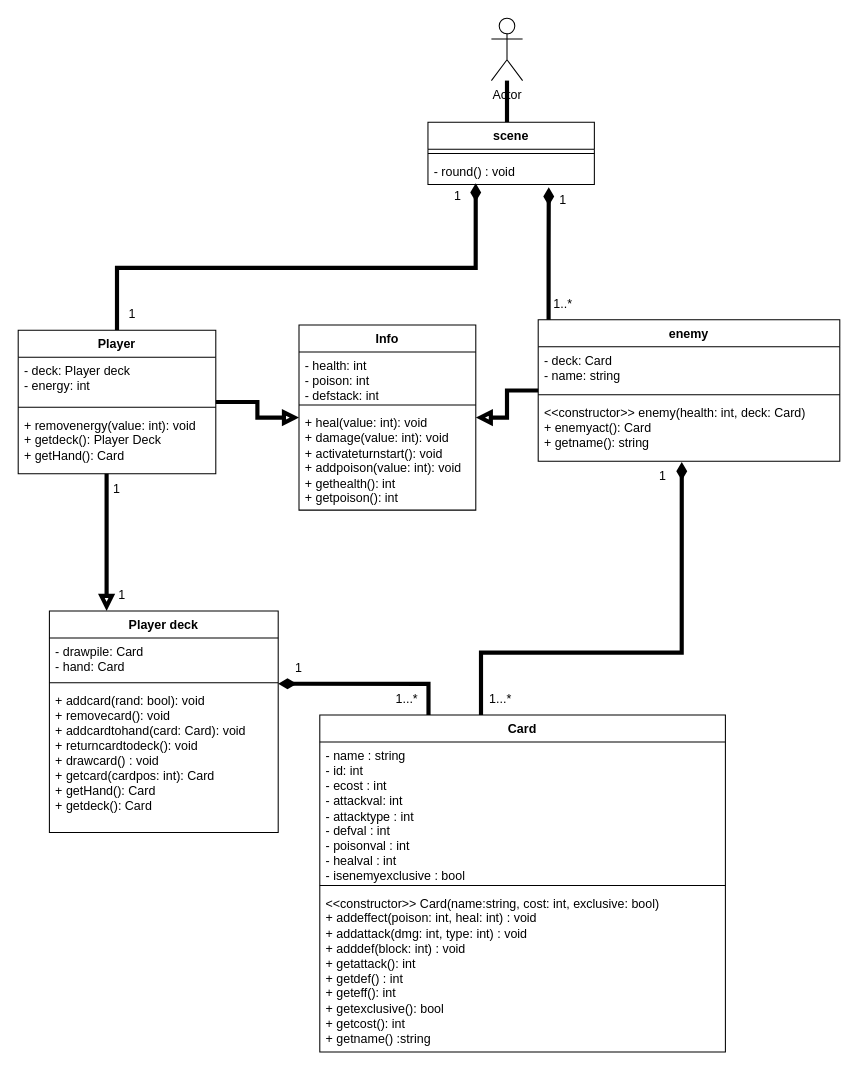
Earlier version of the draw.io diagram Documentation/grouprojectclassdiagram.drawio (Judoka200/EE2010-CW). Source tidied: cells renumbered, new cells numbered last; positions are measured from the earlier drawing's top-left corner, leaving out a move shared by most shapes. Both pictures are drawn from the tidied source at 104%, with x=0, y=0 at pixel (18, 18).
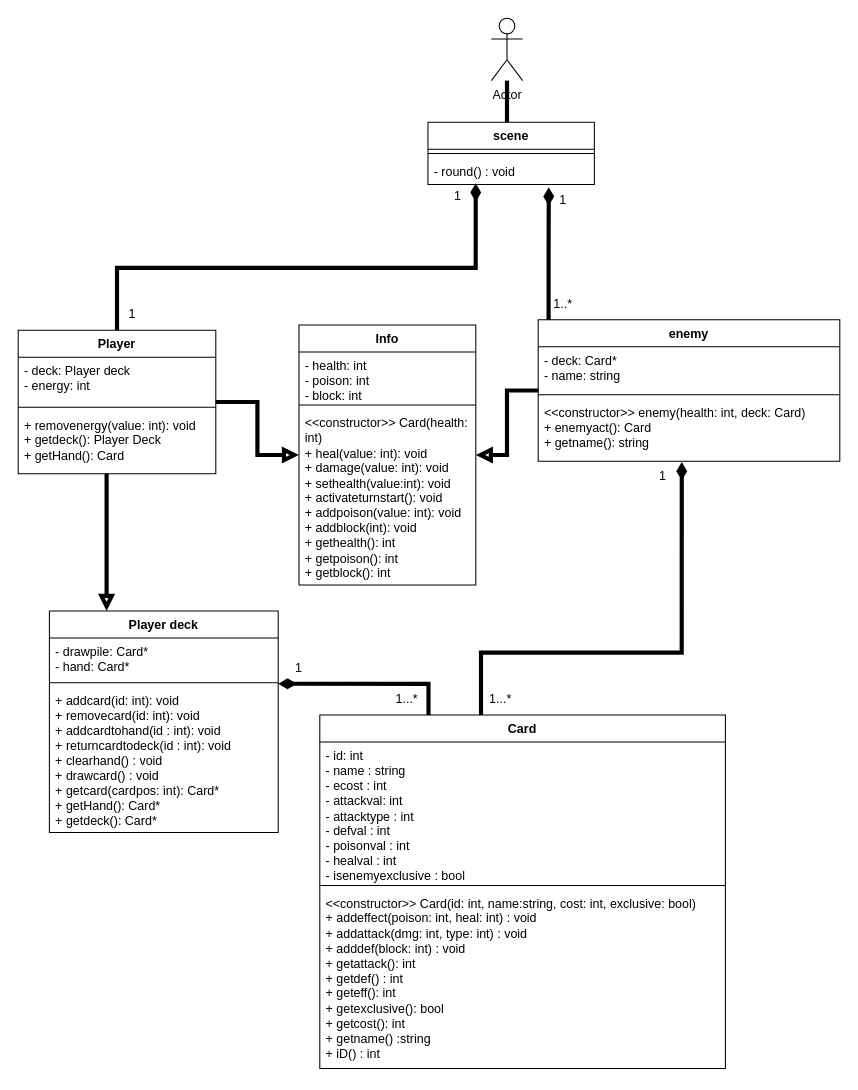
After the change.

The change refers to these unchanged cells:
```xml
<mxCell id="4" value="Player deck" style="swimlane;fontStyle=1;align=center;verticalAlign=top;horizontal=1;startSize=26;whiteSpace=wrap;html=1;" parent="1" vertex="1">
  <mxGeometry x="30" y="570" width="220" height="213" as="geometry" />
</mxCell>
<mxCell id="14" value="enemy" style="swimlane;fontStyle=1;align=center;verticalAlign=top;horizontal=1;startSize=26;whiteSpace=wrap;html=1;" parent="1" vertex="1">
  <mxGeometry x="500" y="290" width="290" height="136" as="geometry" />
</mxCell>
```

What changed in the source:
```diff
@@
-    <mxCell id="5" value="- drawpile: Card&lt;div&gt;- hand: Card&lt;/div&gt;" style="text;strokeColor=none;fillColor=none;align=left;verticalAlign=top;spacingLeft=4;spacingRight=4;overflow=hidden;points=[[0,0.5],[1,0.5]];portConstraint=eastwest;whiteSpace=wrap;html=1;" parent="4" vertex="1">
+    <mxCell id="5" value="- drawpile: Card*&lt;div&gt;- hand: Card*&lt;/div&gt;" style="text;strokeColor=none;fillColor=none;align=left;verticalAlign=top;spacingLeft=4;spacingRight=4;overflow=hidden;points=[[0,0.5],[1,0.5]];portConstraint=eastwest;whiteSpace=wrap;html=1;" parent="4" vertex="1">
       <mxGeometry y="26" width="220" height="39" as="geometry" />
     </mxCell>
@@
-    <mxCell id="7" value="+ addcard(rand: bool): void&lt;div&gt;+ removecard(): void&lt;/div&gt;&lt;div&gt;+ addcardtohand(card: Card): void&lt;/div&gt;&lt;div&gt;+ returncardtodeck(): void&lt;/div&gt;&lt;div&gt;+ drawcard() : void&lt;/div&gt;&lt;div&gt;+ getcard(cardpos: int): Card&lt;/div&gt;&lt;div&gt;+ getHand(): Card&lt;/div&gt;&lt;div&gt;+ getdeck(): Card&lt;/div&gt;" style="text;strokeColor=none;fillColor=none;align=left;verticalAlign=top;spacingLeft=4;spacingRight=4;overflow=hidden;whiteSpace=wrap;html=1;" parent="4" vertex="1">
+    <mxCell id="7" value="+ addcard(id: int): void&lt;div&gt;+ removecard(id: int): void&lt;/div&gt;&lt;div&gt;+ addcardtohand(id : int): void&lt;/div&gt;&lt;div&gt;+ returncardtodeck(id : int): void&lt;/div&gt;&lt;div&gt;+ clearhand() : void&lt;/div&gt;&lt;div&gt;+ drawcard() : void&lt;/div&gt;&lt;div&gt;+ getcard(cardpos: int): Card*&lt;/div&gt;&lt;div&gt;+ getHand(): Card*&lt;/div&gt;&lt;div&gt;+ getdeck(): Card*&lt;/div&gt;" style="text;strokeColor=none;fillColor=none;align=left;verticalAlign=top;spacingLeft=4;spacingRight=4;overflow=hidden;whiteSpace=wrap;html=1;" parent="4" vertex="1">
       <mxGeometry y="73" width="220" height="140" as="geometry" />
     </mxCell>
     <mxCell id="8" value="Card" style="swimlane;fontStyle=1;align=center;verticalAlign=top;horizontal=1;startSize=26;whiteSpace=wrap;html=1;" parent="1" vertex="1">
-      <mxGeometry x="290" y="670" width="390" height="324" as="geometry" />
+      <mxGeometry x="290" y="670" width="390" height="340" as="geometry" />
     </mxCell>
-    <mxCell id="9" value="&lt;div&gt;- name : string&lt;/div&gt;&lt;div&gt;- id: int&lt;/div&gt;&lt;div&gt;- ecost : int&lt;/div&gt;- attackval: int&lt;div&gt;- attacktype : int&lt;/div&gt;&lt;div&gt;&lt;div&gt;- defval : int&lt;/div&gt;&lt;div&gt;- poisonval : int&lt;/div&gt;&lt;div&gt;- healval : int&lt;/div&gt;&lt;div&gt;- isenemyexclusive : bool&lt;/div&gt;&lt;div&gt;&lt;br&gt;&lt;/div&gt;&lt;div&gt;&lt;br&gt;&lt;/div&gt;&lt;/div&gt;" style="text;strokeColor=none;fillColor=none;align=left;verticalAlign=top;spacingLeft=4;spacingRight=4;overflow=hidden;whiteSpace=wrap;html=1;" parent="8" vertex="1">
+    <mxCell id="9" value="&lt;div&gt;&lt;div&gt;- id: int&lt;/div&gt;&lt;/div&gt;&lt;div&gt;- name : string&lt;/div&gt;&lt;div&gt;&lt;span style=&quot;background-color: transparent; color: light-dark(#000000, var(--ge-light-color, #ffffff));&quot;&gt;- ecost : int&lt;/span&gt;&lt;/div&gt;- attackval: int&lt;div&gt;- attacktype : int&lt;/div&gt;&lt;div&gt;&lt;div&gt;- defval : int&lt;/div&gt;&lt;div&gt;- poisonval : int&lt;/div&gt;&lt;div&gt;- healval : int&lt;/div&gt;&lt;div&gt;- isenemyexclusive : bool&lt;/div&gt;&lt;div&gt;&lt;br&gt;&lt;/div&gt;&lt;div&gt;&lt;br&gt;&lt;/div&gt;&lt;/div&gt;" style="text;strokeColor=none;fillColor=none;align=left;verticalAlign=top;spacingLeft=4;spacingRight=4;overflow=hidden;whiteSpace=wrap;html=1;" parent="8" vertex="1">
       <mxGeometry y="26" width="390" height="134" as="geometry" />
     </mxCell>
@@
-    <mxCell id="11" value="&amp;lt;&amp;lt;constructor&amp;gt;&amp;gt; Card(name:string, cost: int, exclusive: bool)&lt;div&gt;+ addeffect(poison: int, heal: int)&amp;nbsp;&lt;span style=&quot;background-color: transparent; color: light-dark(#000000, var(--ge-light-color, #ffffff));&quot;&gt;: void&lt;/span&gt;&lt;/div&gt;&lt;div&gt;+ addattack(dmg: int, type: int)&amp;nbsp;&lt;span style=&quot;background-color: transparent; color: light-dark(#000000, var(--ge-light-color, #ffffff));&quot;&gt;: void&lt;/span&gt;&lt;/div&gt;&lt;div&gt;+ adddef(block: int) : void&lt;/div&gt;&lt;div&gt;+ getattack()&lt;span style=&quot;background-color: transparent; color: light-dark(#000000, var(--ge-light-color, #ffffff));&quot;&gt;: int&lt;/span&gt;&lt;/div&gt;&lt;div&gt;&lt;span style=&quot;background-color: transparent; color: light-dark(#000000, var(--ge-light-color, #ffffff));&quot;&gt;+ getdef()&amp;nbsp;&lt;/span&gt;&lt;span style=&quot;background-color: transparent; color: light-dark(#000000, var(--ge-light-color, #ffffff));&quot;&gt;: int&lt;/span&gt;&lt;/div&gt;&lt;div&gt;&lt;span style=&quot;background-color: transparent; color: light-dark(#000000, var(--ge-light-color, #ffffff));&quot;&gt;+ geteff()&lt;/span&gt;&lt;span style=&quot;background-color: transparent; color: light-dark(#000000, var(--ge-light-color, #ffffff));&quot;&gt;: int&lt;/span&gt;&lt;/div&gt;&lt;div&gt;&lt;span style=&quot;background-color: transparent; color: light-dark(#000000, var(--ge-light-color, #ffffff));&quot;&gt;+ getexclusive(): bool&lt;/span&gt;&lt;/div&gt;&lt;div&gt;&lt;span style=&quot;background-color: transparent; color: light-dark(#000000, var(--ge-light-color, #ffffff));&quot;&gt;+ getcost(): int&lt;/span&gt;&lt;/div&gt;&lt;div&gt;&lt;span style=&quot;background-color: transparent; color: light-dark(#000000, var(--ge-light-color, #ffffff));&quot;&gt;+ getname() :string&lt;/span&gt;&lt;/div&gt;" style="text;strokeColor=none;fillColor=none;align=left;verticalAlign=top;spacingLeft=4;spacingRight=4;overflow=hidden;whiteSpace=wrap;html=1;" parent="8" vertex="1">
-      <mxGeometry y="168" width="390" height="156" as="geometry" />
+    <mxCell id="11" value="&amp;lt;&amp;lt;constructor&amp;gt;&amp;gt; Card(id: int, name:string, cost: int, exclusive: bool)&lt;div&gt;+ addeffect(poison: int, heal: int)&amp;nbsp;&lt;span style=&quot;background-color: transparent; color: light-dark(#000000, var(--ge-light-color, #ffffff));&quot;&gt;: void&lt;/span&gt;&lt;/div&gt;&lt;div&gt;+ addattack(dmg: int, type: int)&amp;nbsp;&lt;span style=&quot;background-color: transparent; color: light-dark(#000000, var(--ge-light-color, #ffffff));&quot;&gt;: void&lt;/span&gt;&lt;/div&gt;&lt;div&gt;+ adddef(block: int) : void&lt;/div&gt;&lt;div&gt;+ getattack()&lt;span style=&quot;background-color: transparent; color: light-dark(#000000, var(--ge-light-color, #ffffff));&quot;&gt;: int&lt;/span&gt;&lt;/div&gt;&lt;div&gt;&lt;span style=&quot;background-color: transparent; color: light-dark(#000000, var(--ge-light-color, #ffffff));&quot;&gt;+ getdef()&amp;nbsp;&lt;/span&gt;&lt;span style=&quot;background-color: transparent; color: light-dark(#000000, var(--ge-light-color, #ffffff));&quot;&gt;: int&lt;/span&gt;&lt;/div&gt;&lt;div&gt;&lt;span style=&quot;background-color: transparent; color: light-dark(#000000, var(--ge-light-color, #ffffff));&quot;&gt;+ geteff()&lt;/span&gt;&lt;span style=&quot;background-color: transparent; color: light-dark(#000000, var(--ge-light-color, #ffffff));&quot;&gt;: int&lt;/span&gt;&lt;/div&gt;&lt;div&gt;&lt;span style=&quot;background-color: transparent; color: light-dark(#000000, var(--ge-light-color, #ffffff));&quot;&gt;+ getexclusive(): bool&lt;/span&gt;&lt;/div&gt;&lt;div&gt;&lt;span style=&quot;background-color: transparent; color: light-dark(#000000, var(--ge-light-color, #ffffff));&quot;&gt;+ getcost(): int&lt;/span&gt;&lt;/div&gt;&lt;div&gt;&lt;span style=&quot;background-color: transparent; color: light-dark(#000000, var(--ge-light-color, #ffffff));&quot;&gt;+ getname() :string&lt;/span&gt;&lt;/div&gt;&lt;div&gt;&lt;span style=&quot;background-color: transparent; color: light-dark(#000000, var(--ge-light-color, #ffffff));&quot;&gt;+ iD() : int&lt;/span&gt;&lt;/div&gt;" style="text;strokeColor=none;fillColor=none;align=left;verticalAlign=top;spacingLeft=4;spacingRight=4;overflow=hidden;whiteSpace=wrap;html=1;" parent="8" vertex="1">
+      <mxGeometry y="168" width="390" height="172" as="geometry" />
     </mxCell>
@@
-    <mxCell id="15" value="- deck: Card&lt;div&gt;- name: string&lt;br&gt;&lt;div&gt;&lt;br&gt;&lt;/div&gt;&lt;/div&gt;" style="text;strokeColor=none;fillColor=none;align=left;verticalAlign=top;spacingLeft=4;spacingRight=4;overflow=hidden;whiteSpace=wrap;html=1;" parent="14" vertex="1">
+    <mxCell id="15" value="- deck: Card*&lt;div&gt;- name: string&lt;br&gt;&lt;div&gt;&lt;br&gt;&lt;/div&gt;&lt;/div&gt;" style="text;strokeColor=none;fillColor=none;align=left;verticalAlign=top;spacingLeft=4;spacingRight=4;overflow=hidden;whiteSpace=wrap;html=1;" parent="14" vertex="1">
       <mxGeometry y="26" width="290" height="42" as="geometry" />
     </mxCell>
@@
-    <mxCell id="32" value="1" style="text;html=1;whiteSpace=wrap;strokeColor=none;fillColor=none;align=center;verticalAlign=middle;rounded=0;" parent="1" vertex="1">
-      <mxGeometry x="65" y="438" width="60" height="30" as="geometry" />
-    </mxCell>
-    <mxCell id="33" value="1" style="text;html=1;whiteSpace=wrap;strokeColor=none;fillColor=none;align=center;verticalAlign=middle;rounded=0;" parent="1" vertex="1">
-      <mxGeometry x="70" y="540" width="60" height="30" as="geometry" />
-    </mxCell>
@@
     <mxCell id="37" value="Info" style="swimlane;fontStyle=1;align=center;verticalAlign=top;horizontal=1;startSize=26;whiteSpace=wrap;html=1;" parent="1" vertex="1">
-      <mxGeometry x="270" y="295" width="170" height="178" as="geometry" />
+      <mxGeometry x="270" y="295" width="170" height="250" as="geometry" />
     </mxCell>
-    <mxCell id="38" value="- health: int&lt;div&gt;- poison: int&lt;/div&gt;&lt;div&gt;- defstack: int&lt;/div&gt;" style="text;strokeColor=none;fillColor=none;align=left;verticalAlign=top;spacingLeft=4;spacingRight=4;overflow=hidden;whiteSpace=wrap;html=1;" parent="37" vertex="1">
+    <mxCell id="38" value="- health: int&lt;div&gt;- poison: int&lt;/div&gt;&lt;div&gt;- block: int&lt;/div&gt;" style="text;strokeColor=none;fillColor=none;align=left;verticalAlign=top;spacingLeft=4;spacingRight=4;overflow=hidden;whiteSpace=wrap;html=1;" parent="37" vertex="1">
       <mxGeometry y="26" width="170" height="47" as="geometry" />
     </mxCell>
@@
-    <mxCell id="40" value="+ heal(value: int): void&lt;div&gt;+ damage(value: int): void&lt;/div&gt;&lt;div&gt;+ activateturnstart(): void&lt;/div&gt;&lt;div&gt;+ addpoison(value: int): void&lt;/div&gt;&lt;div&gt;+ gethealth(): int&lt;/div&gt;&lt;div&gt;+ getpoison(): int&lt;/div&gt;" style="text;strokeColor=none;fillColor=none;align=left;verticalAlign=top;spacingLeft=4;spacingRight=4;overflow=hidden;whiteSpace=wrap;html=1;" parent="37" vertex="1">
-      <mxGeometry y="81" width="170" height="97" as="geometry" />
+    <mxCell id="40" value="&lt;div&gt;&amp;lt;&amp;lt;constructor&amp;gt;&amp;gt; Card(health: int)&lt;/div&gt;+ heal(value: int): void&lt;div&gt;+ damage(value: int): void&lt;/div&gt;&lt;div&gt;+ sethealth(value:int): void&lt;/div&gt;&lt;div&gt;+ activateturnstart(): void&lt;/div&gt;&lt;div&gt;+ addpoison(value: int): void&lt;/div&gt;&lt;div&gt;+ addblock(int): void&lt;/div&gt;&lt;div&gt;+ gethealth(): int&lt;/div&gt;&lt;div&gt;+ getpoison(): int&lt;/div&gt;&lt;div&gt;+ getblock(): int&lt;/div&gt;" style="text;strokeColor=none;fillColor=none;align=left;verticalAlign=top;spacingLeft=4;spacingRight=4;overflow=hidden;whiteSpace=wrap;html=1;" parent="37" vertex="1">
+      <mxGeometry y="81" width="170" height="169" as="geometry" />
     </mxCell>
```
